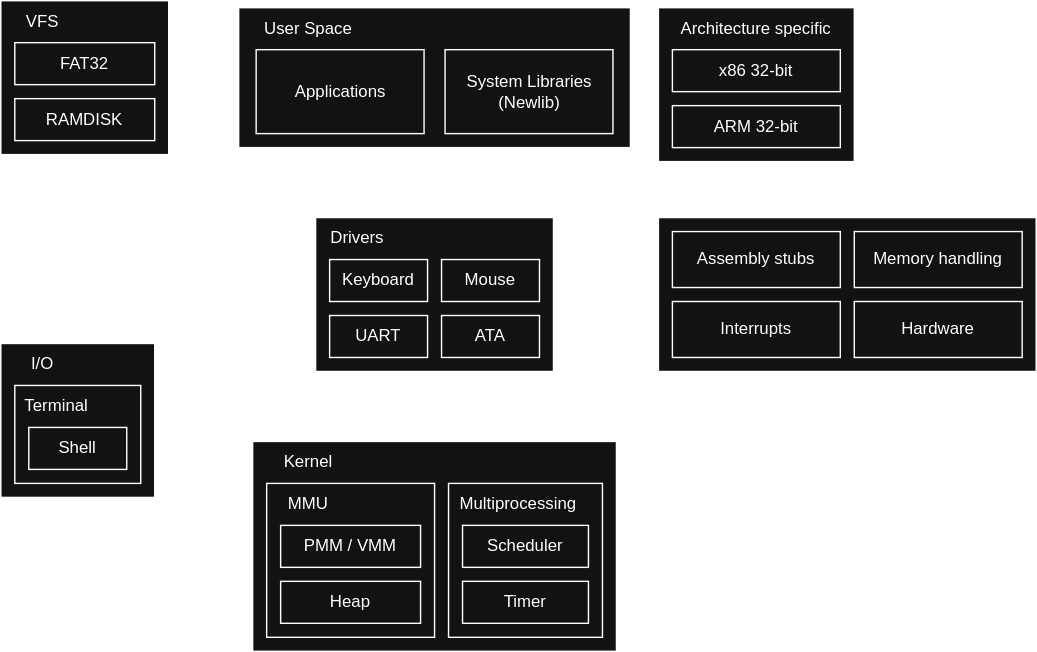
Before: readme-assets/flowchart.svg, a diagram exported from draw.io (farismuhammad17/Farix). Source tidied: cells renumbered, new cells last; positions are measured from the earlier drawing's top-left corner, leaving out a move shared by most shapes.
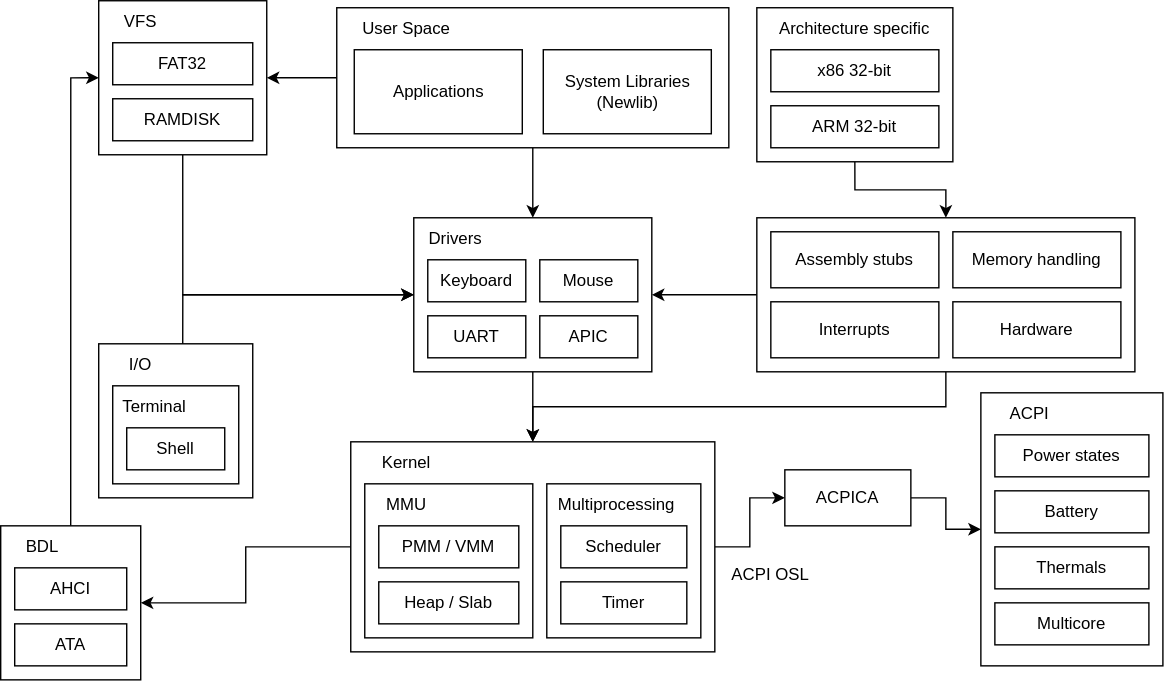
After the commit.

The edit, as a diff of the source:
```diff
@@ -53,7 +53,7 @@
     <mxCell id="18" value="UART" style="rounded=0;whiteSpace=wrap;html=1;" parent="1" vertex="1">
       <mxGeometry x="235" y="225" width="70" height="30" as="geometry" />
     </mxCell>
-    <mxCell id="19" value="ATA" style="rounded=0;whiteSpace=wrap;html=1;" parent="1" vertex="1">
+    <mxCell id="19" value="APIC" style="rounded=0;whiteSpace=wrap;html=1;" parent="1" vertex="1">
       <mxGeometry x="315" y="225" width="70" height="30" as="geometry" />
     </mxCell>
     <mxCell id="20" style="rounded=0;whiteSpace=wrap;html=1;" parent="1" vertex="1">
@@ -68,6 +68,12 @@
     <mxCell id="23" value="Drivers" style="text;html=1;whiteSpace=wrap;strokeColor=none;fillColor=none;align=center;verticalAlign=middle;rounded=0;" parent="1" vertex="1">
       <mxGeometry x="225" y="155" width="60" height="30" as="geometry" />
     </mxCell>
+    <mxCell id="48" style="edgeStyle=orthogonalEdgeStyle;rounded=0;jettySize=auto;html=1;exitX=1;exitY=0.5;exitDx=0;exitDy=0;entryX=0;entryY=0.5;entryDx=0;entryDy=0;" parent="1" edge="1" source="24" target="51">
+      <mxGeometry relative="1" as="geometry" />
+    </mxCell>
+    <mxCell id="49" style="edgeStyle=orthogonalEdgeStyle;rounded=0;jettySize=auto;html=1;exitX=0;exitY=0.5;exitDx=0;exitDy=0;entryX=1;entryY=0.5;entryDx=0;entryDy=0;" parent="1" edge="1" source="24" target="59">
+      <mxGeometry relative="1" as="geometry" />
+    </mxCell>
     <mxCell id="24" style="rounded=0;whiteSpace=wrap;html=1;" parent="1" vertex="1">
       <mxGeometry x="180" y="315" width="260" height="150" as="geometry" />
     </mxCell>
@@ -83,7 +89,7 @@
     <mxCell id="28" value="PMM / VMM" style="rounded=0;whiteSpace=wrap;html=1;" parent="1" vertex="1">
       <mxGeometry x="200" y="375" width="100" height="30" as="geometry" />
     </mxCell>
-    <mxCell id="29" value="Heap" style="rounded=0;whiteSpace=wrap;html=1;" parent="1" vertex="1">
+    <mxCell id="29" value="Heap / Slab" style="rounded=0;whiteSpace=wrap;html=1;" parent="1" vertex="1">
       <mxGeometry x="200" y="415" width="100" height="30" as="geometry" />
     </mxCell>
     <mxCell id="30" style="rounded=0;whiteSpace=wrap;html=1;" parent="1" vertex="1">
@@ -140,5 +146,47 @@
     <mxCell id="47" value="I/O" style="text;html=1;whiteSpace=wrap;strokeColor=none;fillColor=none;align=center;verticalAlign=middle;rounded=0;" parent="1" vertex="1">
       <mxGeometry y="245" width="60" height="30" as="geometry" />
     </mxCell>
+    <mxCell id="50" style="edgeStyle=orthogonalEdgeStyle;rounded=0;jettySize=auto;html=1;exitX=1;exitY=0.5;exitDx=0;exitDy=0;entryX=0;entryY=0.5;entryDx=0;entryDy=0;" parent="1" edge="1" source="51" target="53">
+      <mxGeometry relative="1" as="geometry" />
+    </mxCell>
+    <mxCell id="51" value="ACPICA" style="rounded=0;whiteSpace=wrap;html=1;" parent="1" vertex="1">
+      <mxGeometry x="490" y="335" width="90" height="40" as="geometry" />
+    </mxCell>
+    <mxCell id="52" value="ACPI OSL" style="text;html=1;whiteSpace=wrap;strokeColor=none;fillColor=none;align=center;verticalAlign=middle;rounded=0;" parent="1" vertex="1">
+      <mxGeometry x="450" y="395" width="60" height="30" as="geometry" />
+    </mxCell>
+    <mxCell id="53" style="rounded=0;whiteSpace=wrap;html=1;" parent="1" vertex="1">
+      <mxGeometry x="630" y="280" width="130" height="195" as="geometry" />
+    </mxCell>
+    <mxCell id="54" value="Power states" style="rounded=0;whiteSpace=wrap;html=1;" parent="1" vertex="1">
+      <mxGeometry x="640" y="310" width="110" height="30" as="geometry" />
+    </mxCell>
+    <mxCell id="55" value="Battery" style="rounded=0;whiteSpace=wrap;html=1;" parent="1" vertex="1">
+      <mxGeometry x="640" y="350" width="110" height="30" as="geometry" />
+    </mxCell>
+    <mxCell id="56" value="Thermals" style="rounded=0;whiteSpace=wrap;html=1;" parent="1" vertex="1">
+      <mxGeometry x="640" y="390" width="110" height="30" as="geometry" />
+    </mxCell>
+    <mxCell id="57" value="ACPI" style="text;html=1;whiteSpace=wrap;strokeColor=none;fillColor=none;align=center;verticalAlign=middle;rounded=0;" parent="1" vertex="1">
+      <mxGeometry x="640" y="285" width="50" height="20" as="geometry" />
+    </mxCell>
+    <mxCell id="58" style="edgeStyle=orthogonalEdgeStyle;rounded=0;jettySize=auto;html=1;exitX=0.5;exitY=0;exitDx=0;exitDy=0;entryX=0;entryY=0.5;entryDx=0;entryDy=0;" parent="1" edge="1" source="59" target="12">
+      <mxGeometry relative="1" as="geometry" />
+    </mxCell>
+    <mxCell id="59" style="rounded=0;whiteSpace=wrap;html=1;" parent="1" vertex="1">
+      <mxGeometry x="-70" y="375" width="100" height="110" as="geometry" />
+    </mxCell>
+    <mxCell id="60" value="AHCI" style="rounded=0;whiteSpace=wrap;html=1;" parent="1" vertex="1">
+      <mxGeometry x="-60" y="405" width="80" height="30" as="geometry" />
+    </mxCell>
+    <mxCell id="61" value="ATA" style="rounded=0;whiteSpace=wrap;html=1;" parent="1" vertex="1">
+      <mxGeometry x="-60" y="445" width="80" height="30" as="geometry" />
+    </mxCell>
+    <mxCell id="62" value="BDL" style="text;html=1;whiteSpace=wrap;strokeColor=none;fillColor=none;align=center;verticalAlign=middle;rounded=0;" parent="1" vertex="1">
+      <mxGeometry x="-70" y="375" width="60" height="30" as="geometry" />
+    </mxCell>
+    <mxCell id="63" value="Multicore" style="rounded=0;whiteSpace=wrap;html=1;" parent="1" vertex="1">
+      <mxGeometry x="640" y="430" width="110" height="30" as="geometry" />
+    </mxCell>
   </root>
 </mxGraphModel>
```
